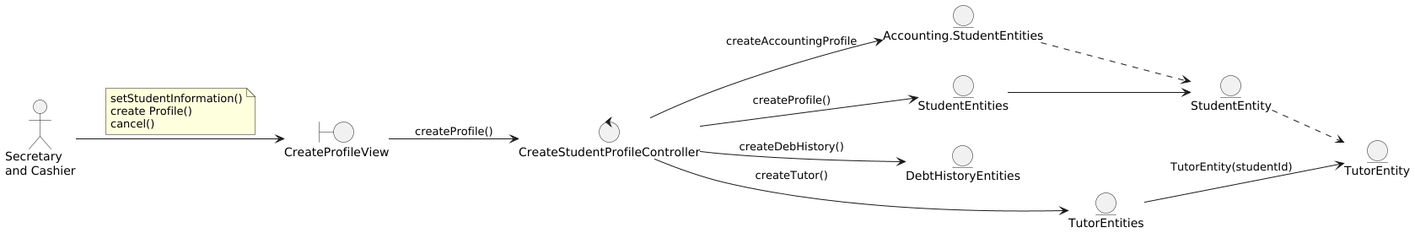
Earlier version of the PlantUML export out/DesignView/AnalysisView/UseCaseAnalysis/CU02.CreateStudentProfile/Collaboration.CU02.Analysis.png (wsmcbl/wsmcbl.doc).
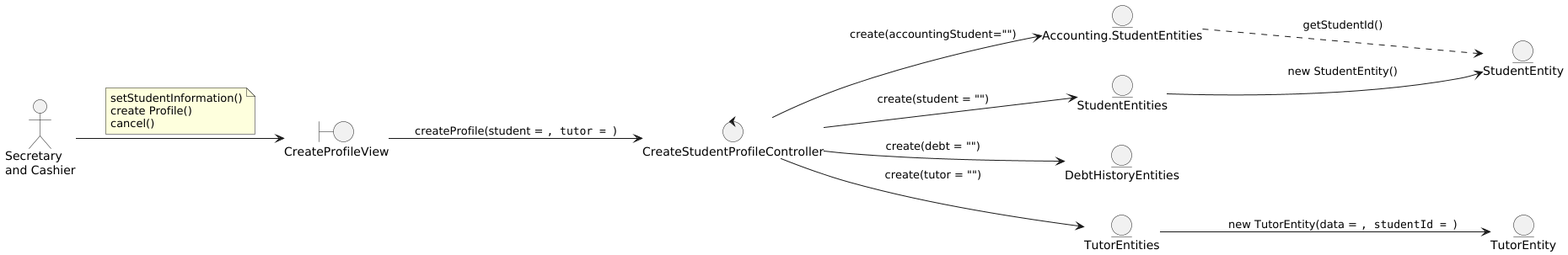
After the change.

Commit message:
Update: cu02 usecase analysis

The edit, as a diff of the source:
```diff
@@ -1,5 +1,6 @@
 @startuml
 left to right direction
+scale 2
 
 actor "Secretary\nand Cashier" as theActor
 
@@ -21,16 +22,15 @@
     cancel()
 end note
 
-CreateProfileView --> CreateStudentProfileController : createProfile()
+CreateProfileView --> CreateStudentProfileController : createProfile(student = "", tutor = "")
 
-CreateStudentProfileController --> StudentEntities : createProfile()
-CreateStudentProfileController --> TutorEntities : createTutor()
-CreateStudentProfileController --> DebtHistoryEntities : createDebHistory()
-CreateStudentProfileController --> Accounting.StudentEntities : createAccountingProfile
+CreateStudentProfileController --> StudentEntities : create(student = "")
+CreateStudentProfileController --> TutorEntities : create(tutor = "")
+CreateStudentProfileController --> DebtHistoryEntities : create(debt = "")
+CreateStudentProfileController --> Accounting.StudentEntities : create(accountingStudent="")
 
-StudentEntities --> StudentEntity
-StudentEntity ..> TutorEntity
-TutorEntities --> TutorEntity : TutorEntity(studentId)
-Accounting.StudentEntities ..> StudentEntity
+StudentEntities --> StudentEntity : new StudentEntity()
+TutorEntities --> TutorEntity : new TutorEntity(data = "", studentId = "")
+Accounting.StudentEntities ..> StudentEntity : getStudentId()
 
 @enduml
```
